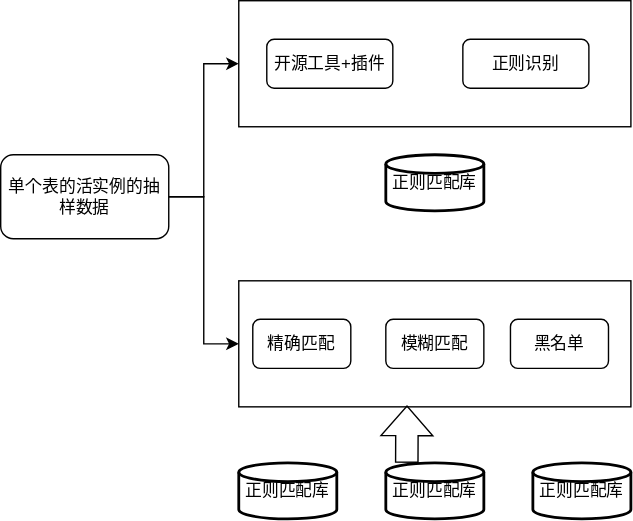
HuangMingwang/diagrams keeps this draw.io diagram as Untitled Diagram.drawio.svg. Above is the earlier version. Source tidied: cells renumbered, new cells last; positions are measured from the earlier drawing's top-left corner, leaving out a move shared by most shapes.
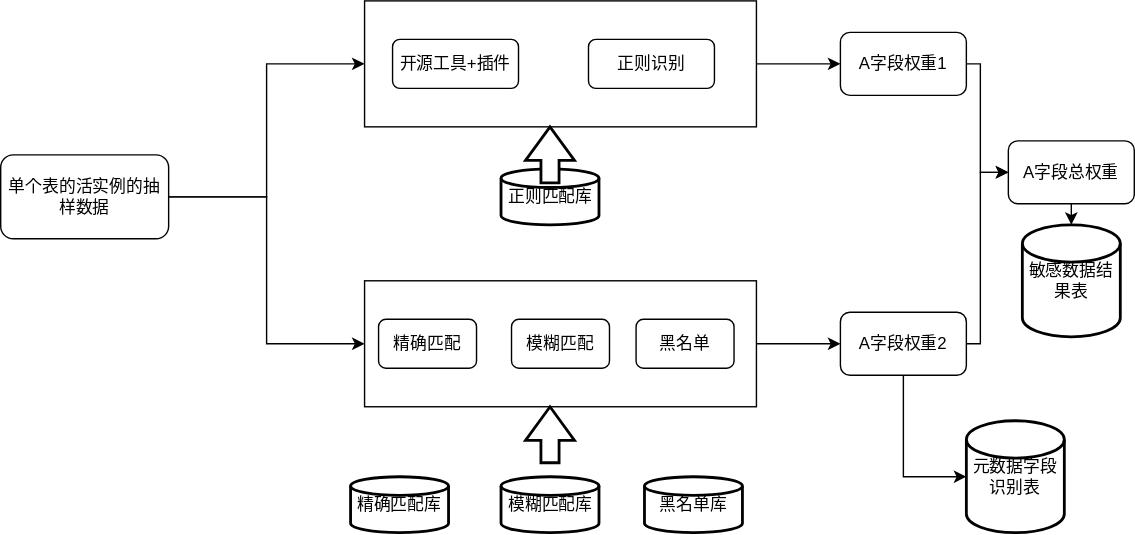
Later version of the same file.

The edit, as a diff of the source:
```diff
@@ -5,8 +5,8 @@
     <mxCell id="2" style="edgeStyle=orthogonalEdgeStyle;rounded=0;jettySize=auto;html=1;exitX=1;exitY=0.5;exitDx=0;exitDy=0;entryX=0;entryY=0.5;entryDx=0;entryDy=0;" parent="1" edge="1" source="4" target="5">
       <mxGeometry relative="1" as="geometry">
         <Array as="points">
-          <mxPoint x="145" y="140" />
-          <mxPoint x="145" y="45" />
+          <mxPoint x="100" y="140" />
+          <mxPoint x="100" y="45" />
         </Array>
       </mxGeometry>
     </mxCell>
@@ -14,11 +14,17 @@
       <mxGeometry relative="1" as="geometry" />
     </mxCell>
     <mxCell id="4" value="单个表的活实例的抽样数据" style="rounded=1;whiteSpace=wrap;html=1;" parent="1" vertex="1">
-      <mxGeometry y="110" width="120" height="60" as="geometry" />
+      <mxGeometry x="-90" y="110" width="120" height="60" as="geometry" />
     </mxCell>
+    <mxCell id="17" style="edgeStyle=orthogonalEdgeStyle;rounded=0;jettySize=auto;html=1;exitX=1;exitY=0.5;exitDx=0;exitDy=0;entryX=0;entryY=0.5;entryDx=0;entryDy=0;" parent="1" edge="1" source="5" target="22">
+      <mxGeometry relative="1" as="geometry" />
+    </mxCell>
     <mxCell id="5" style="rounded=0;whiteSpace=wrap;html=1;" parent="1" vertex="1">
       <mxGeometry x="170" width="280" height="90" as="geometry" />
     </mxCell>
+    <mxCell id="18" style="edgeStyle=orthogonalEdgeStyle;rounded=0;jettySize=auto;html=1;exitX=1;exitY=0.5;exitDx=0;exitDy=0;entryX=0;entryY=0.5;entryDx=0;entryDy=0;" parent="1" edge="1" source="6" target="25">
+      <mxGeometry relative="1" as="geometry" />
+    </mxCell>
     <mxCell id="6" style="rounded=0;whiteSpace=wrap;html=1;" parent="1" vertex="1">
       <mxGeometry x="170" y="200" width="280" height="90" as="geometry" />
     </mxCell>
@@ -37,20 +43,60 @@
     <mxCell id="11" value="黑名单" style="rounded=1;whiteSpace=wrap;html=1;" parent="1" vertex="1">
       <mxGeometry x="364" y="227.5" width="70" height="35" as="geometry" />
     </mxCell>
-    <mxCell id="12" value="正则匹配库" style="strokeWidth=2;html=1;shape=mxgraph.flowchart.database;whiteSpace=wrap;" parent="1" vertex="1">
-      <mxGeometry x="380" y="330" width="70" height="40" as="geometry" />
+    <mxCell id="12" value="黑名单库" style="strokeWidth=2;html=1;shape=mxgraph.flowchart.database;whiteSpace=wrap;" parent="1" vertex="1">
+      <mxGeometry x="370" y="340" width="70" height="40" as="geometry" />
     </mxCell>
     <mxCell id="13" value="正则匹配库" style="strokeWidth=2;html=1;shape=mxgraph.flowchart.database;whiteSpace=wrap;" parent="1" vertex="1">
-      <mxGeometry x="275" y="110" width="70" height="40" as="geometry" />
+      <mxGeometry x="267.5" y="120" width="70" height="40" as="geometry" />
     </mxCell>
-    <mxCell id="14" value="正则匹配库" style="strokeWidth=2;html=1;shape=mxgraph.flowchart.database;whiteSpace=wrap;" parent="1" vertex="1">
-      <mxGeometry x="275" y="330" width="70" height="40" as="geometry" />
+    <mxCell id="14" value="模糊匹配库" style="strokeWidth=2;html=1;shape=mxgraph.flowchart.database;whiteSpace=wrap;" parent="1" vertex="1">
+      <mxGeometry x="267.5" y="340" width="70" height="40" as="geometry" />
     </mxCell>
-    <mxCell id="15" value="正则匹配库" style="strokeWidth=2;html=1;shape=mxgraph.flowchart.database;whiteSpace=wrap;" parent="1" vertex="1">
-      <mxGeometry x="170" y="330" width="70" height="40" as="geometry" />
+    <mxCell id="15" value="精确匹配库" style="strokeWidth=2;html=1;shape=mxgraph.flowchart.database;whiteSpace=wrap;" parent="1" vertex="1">
+      <mxGeometry x="160" y="340" width="70" height="40" as="geometry" />
     </mxCell>
-    <mxCell id="16" style="shape=flexArrow;endArrow=classic;html=1;rounded=0;width=16;endSize=6.68;entryX=0.429;entryY=0.989;entryDx=0;entryDy=0;entryPerimeter=0;endWidth=20;exitX=0.214;exitY=0;exitDx=0;exitDy=0;exitPerimeter=0;" parent="1" edge="1" source="14" target="6">
-      <mxGeometry relative="1" as="geometry" />
-    </mxCell>
+    <mxCell id="19" style="verticalLabelPosition=bottom;verticalAlign=top;html=1;strokeWidth=2;shape=mxgraph.arrows2.arrow;dy=0.63;dx=24;notch=0;direction=north;" parent="1" vertex="1">
+      <mxGeometry x="285" y="90" width="35" height="40" as="geometry" />
+    </mxCell>
+    <mxCell id="20" style="verticalLabelPosition=bottom;verticalAlign=top;html=1;strokeWidth=2;shape=mxgraph.arrows2.arrow;dy=0.63;dx=24;notch=0;direction=north;" parent="1" vertex="1">
+      <mxGeometry x="285" y="290" width="35" height="40" as="geometry" />
+    </mxCell>
+    <mxCell id="21" style="edgeStyle=orthogonalEdgeStyle;rounded=0;jettySize=auto;html=1;exitX=1;exitY=0.5;exitDx=0;exitDy=0;entryX=0;entryY=0.5;entryDx=0;entryDy=0;" parent="1" edge="1" source="22" target="27">
+      <mxGeometry relative="1" as="geometry">
+        <Array as="points">
+          <mxPoint x="610" y="45" />
+          <mxPoint x="610" y="123" />
+        </Array>
+      </mxGeometry>
+    </mxCell>
+    <mxCell id="22" value="A字段权重1" style="rounded=1;whiteSpace=wrap;html=1;" parent="1" vertex="1">
+      <mxGeometry x="510" y="22.5" width="90" height="45" as="geometry" />
+    </mxCell>
+    <mxCell id="23" style="edgeStyle=orthogonalEdgeStyle;rounded=0;jettySize=auto;html=1;exitX=0.5;exitY=1;exitDx=0;exitDy=0;entryX=0;entryY=0.5;entryDx=0;entryDy=0;entryPerimeter=0;" parent="1" edge="1" source="25" target="28">
+      <mxGeometry relative="1" as="geometry" />
+    </mxCell>
+    <mxCell id="24" style="edgeStyle=orthogonalEdgeStyle;rounded=0;jettySize=auto;html=1;exitX=1;exitY=0.5;exitDx=0;exitDy=0;entryX=0;entryY=0.5;entryDx=0;entryDy=0;" parent="1" edge="1" source="25" target="27">
+      <mxGeometry relative="1" as="geometry">
+        <Array as="points">
+          <mxPoint x="610" y="245" />
+          <mxPoint x="610" y="123" />
+        </Array>
+      </mxGeometry>
+    </mxCell>
+    <mxCell id="25" value="A字段权重2" style="rounded=1;whiteSpace=wrap;html=1;" parent="1" vertex="1">
+      <mxGeometry x="510" y="222.5" width="90" height="45" as="geometry" />
+    </mxCell>
+    <mxCell id="26" style="edgeStyle=orthogonalEdgeStyle;rounded=0;jettySize=auto;html=1;exitX=0.5;exitY=1;exitDx=0;exitDy=0;entryX=0.5;entryY=0;entryDx=0;entryDy=0;entryPerimeter=0;" parent="1" edge="1" source="27" target="29">
+      <mxGeometry relative="1" as="geometry" />
+    </mxCell>
+    <mxCell id="27" value="A字段总权重" style="rounded=1;whiteSpace=wrap;html=1;" parent="1" vertex="1">
+      <mxGeometry x="630" y="100" width="90" height="45" as="geometry" />
+    </mxCell>
+    <mxCell id="28" value="元数据字段识别表" style="strokeWidth=2;html=1;shape=mxgraph.flowchart.database;whiteSpace=wrap;" parent="1" vertex="1">
+      <mxGeometry x="600" y="300" width="70" height="80" as="geometry" />
+    </mxCell>
+    <mxCell id="29" value="敏感数据结果表" style="strokeWidth=2;html=1;shape=mxgraph.flowchart.database;whiteSpace=wrap;" parent="1" vertex="1">
+      <mxGeometry x="640" y="160" width="70" height="80" as="geometry" />
+    </mxCell>
   </root>
 </mxGraphModel>
```
